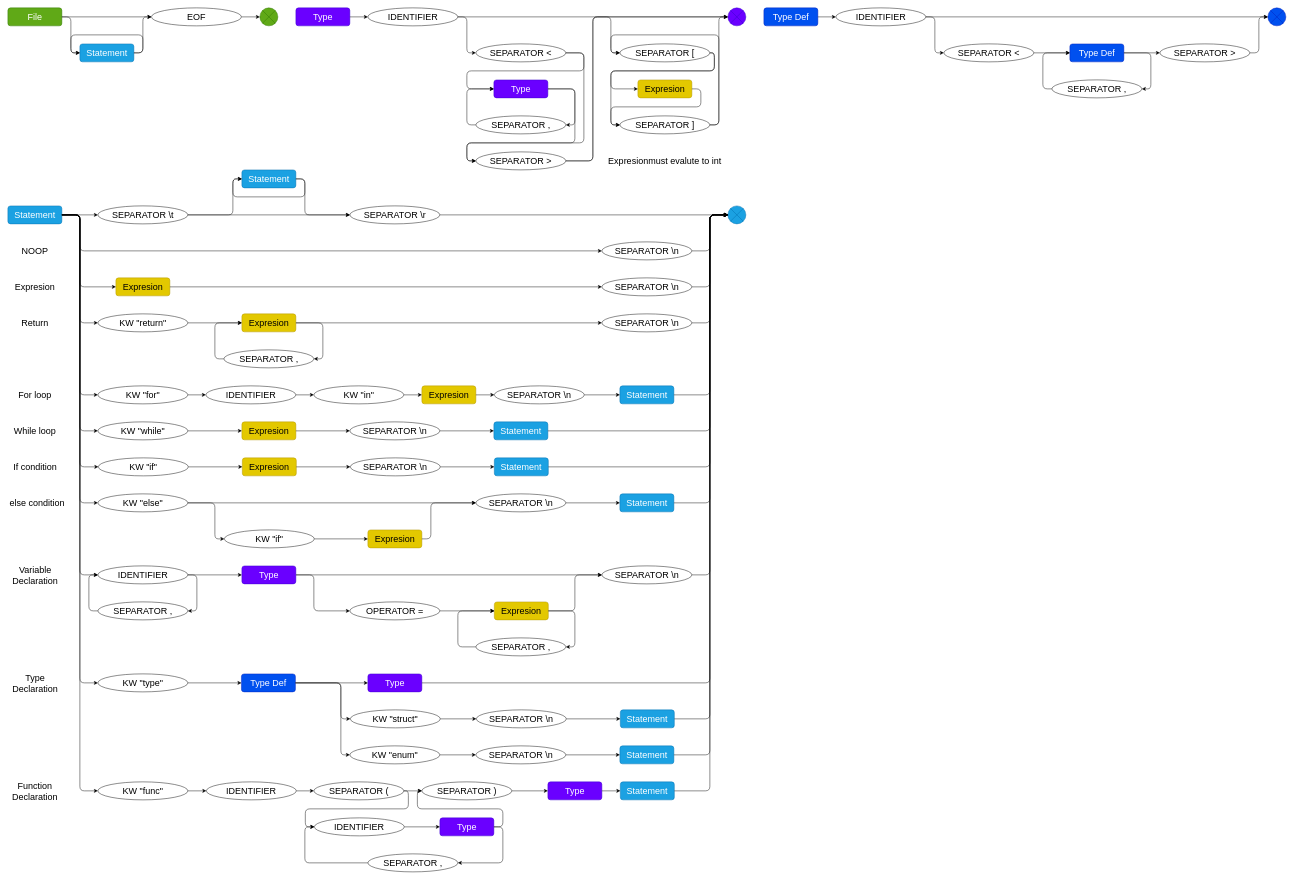
rattle-devs/rattle-compiler keeps this draw.io diagram as flowcharts/Untitled Diagram.drawio. Above is the earlier version. Source tidied: cells renumbered, new cells numbered last; positions are measured from the earlier drawing's top-left corner, leaving out a move shared by most shapes. Both pictures are drawn from the tidied source at 45%, with x=0, y=0 at pixel (8, 8).
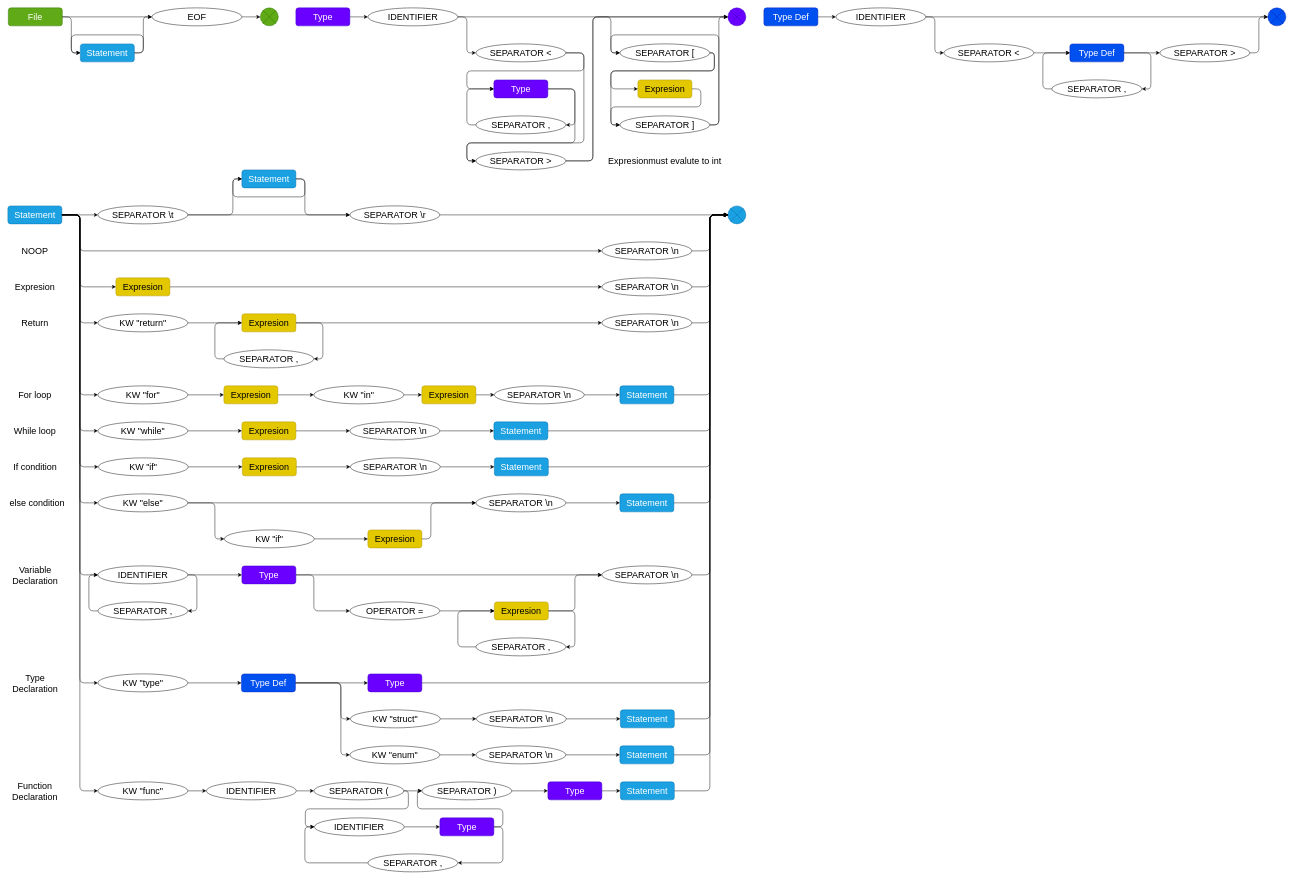
The same page after the edit.

Unchanged cells that the change refers to:
```xml
<mxCell id="52" value="&lt;font style=&quot;font-size: 20px&quot;&gt;KW &quot;for&quot;&lt;br&gt;&lt;/font&gt;" style="ellipse;whiteSpace=wrap;html=1;rounded=1;shadow=0;" parent="1" vertex="1">
  <mxGeometry x="200" y="840" width="200" height="40" as="geometry" />
</mxCell>
<mxCell id="56" value="&lt;font style=&quot;font-size: 20px&quot;&gt;KW &quot;in&quot;&lt;br&gt;&lt;/font&gt;" style="ellipse;whiteSpace=wrap;html=1;rounded=1;shadow=0;" parent="1" vertex="1">
  <mxGeometry x="680" y="840" width="200" height="40" as="geometry" />
</mxCell>
```

Diff of the diagram source:
```diff
@@
     <mxCell id="2" value="&lt;font style=&quot;font-size: 20px&quot;&gt;File&lt;br&gt;&lt;/font&gt;" style="rounded=1;whiteSpace=wrap;html=1;fillColor=#60a917;strokeColor=#2D7600;fontColor=#ffffff;" parent="1" vertex="1">
-      <mxGeometry width="120" height="40" as="geometry" />
+      <mxGeometry x="1" width="120" height="40" as="geometry" />
     </mxCell>
     <mxCell id="3" value="&lt;font style=&quot;font-size: 20px&quot;&gt;EOF&lt;/font&gt;" style="ellipse;whiteSpace=wrap;html=1;rounded=1;shadow=0;" parent="1" vertex="1">
-      <mxGeometry x="319" width="200" height="40" as="geometry" />
+      <mxGeometry x="320" width="200" height="40" as="geometry" />
     </mxCell>
     <mxCell id="4" style="verticalLabelPosition=bottom;verticalAlign=top;html=1;shape=mxgraph.flowchart.or;rounded=1;shadow=0;fillColor=#60a917;strokeColor=#2D7600;fontColor=#ffffff;" parent="1" vertex="1">
-      <mxGeometry x="560" width="40" height="40" as="geometry" />
+      <mxGeometry x="561" width="40" height="40" as="geometry" />
     </mxCell>
@@
     <mxCell id="6" value="Statement" style="rounded=1;whiteSpace=wrap;html=1;shadow=0;fontSize=20;fillColor=#1ba1e2;strokeColor=#006EAF;fontColor=#ffffff;" parent="1" vertex="1">
-      <mxGeometry x="160" y="80" width="120" height="40" as="geometry" />
+      <mxGeometry x="161" y="80" width="120" height="40" as="geometry" />
     </mxCell>
@@
     <mxCell id="8" style="endArrow=classic;html=1;entryX=0;entryY=0.5;entryDx=0;entryDy=0;exitX=1;exitY=0.5;exitDx=0;exitDy=0;" parent="1" edge="1" source="2" target="6">
       <mxGeometry relative="1" as="geometry">
         <Array as="points">
-          <mxPoint x="140" y="20" />
-          <mxPoint x="140" y="100" />
+          <mxPoint x="141" y="20" />
+          <mxPoint x="141" y="100" />
         </Array>
       </mxGeometry>
     </mxCell>
     <mxCell id="9" style="endArrow=classic;html=1;entryX=0;entryY=0.5;entryDx=0;entryDy=0;exitX=1;exitY=0.5;exitDx=0;exitDy=0;" parent="1" edge="1" source="6" target="3">
       <mxGeometry relative="1" as="geometry">
         <Array as="points">
-          <mxPoint x="300" y="100" />
-          <mxPoint x="300" y="20" />
+          <mxPoint x="301" y="100" />
+          <mxPoint x="301" y="20" />
         </Array>
       </mxGeometry>
     </mxCell>
     <mxCell id="10" style="endArrow=classic;html=1;entryX=0;entryY=0.5;entryDx=0;entryDy=0;" parent="1" edge="1" target="6">
       <mxGeometry relative="1" as="geometry">
-        <mxPoint x="280" y="100" as="sourcePoint" />
+        <mxPoint x="281" y="100" as="sourcePoint" />
         <Array as="points">
-          <mxPoint x="300" y="100" />
-          <mxPoint x="300" y="60" />
-          <mxPoint x="140" y="60" />
-          <mxPoint x="140" y="100" />
+          <mxPoint x="301" y="100" />
+          <mxPoint x="301" y="60" />
+          <mxPoint x="141" y="60" />
+          <mxPoint x="141" y="100" />
         </Array>
       </mxGeometry>
     </mxCell>
@@
-    <mxCell id="54" value="&lt;font style=&quot;font-size: 20px&quot;&gt;IDENTIFIER&lt;br&gt;&lt;/font&gt;" style="ellipse;whiteSpace=wrap;html=1;rounded=1;shadow=0;" parent="1" vertex="1">
-      <mxGeometry x="440" y="840" width="200" height="40" as="geometry" />
-    </mxCell>
-    <mxCell id="55" style="endArrow=classic;html=1;exitX=1;exitY=0.5;exitDx=0;exitDy=0;entryX=0;entryY=0.5;entryDx=0;entryDy=0;" parent="1" edge="1" source="52" target="54">
+    <mxCell id="55" style="endArrow=classic;html=1;exitX=1;exitY=0.5;exitDx=0;exitDy=0;entryX=0;entryY=0.5;entryDx=0;entryDy=0;" parent="1" edge="1" source="52" target="194">
       <mxGeometry relative="1" as="geometry" />
     </mxCell>
@@
-    <mxCell id="57" style="endArrow=classic;html=1;exitX=1;exitY=0.5;exitDx=0;exitDy=0;entryX=0;entryY=0.5;entryDx=0;entryDy=0;" parent="1" edge="1" source="54" target="56">
+    <mxCell id="57" style="endArrow=classic;html=1;exitX=1;exitY=0.5;exitDx=0;exitDy=0;entryX=0;entryY=0.5;entryDx=0;entryDy=0;" parent="1" edge="1" source="194" target="56">
       <mxGeometry relative="1" as="geometry" />
     </mxCell>
@@
+    <mxCell id="194" value="Expresion" style="rounded=1;whiteSpace=wrap;html=1;shadow=0;fontSize=20;fillColor=#e3c800;strokeColor=#B09500;fontColor=#000000;" parent="1" vertex="1">
+      <mxGeometry x="480" y="840" width="120" height="40" as="geometry" />
+    </mxCell>
```
